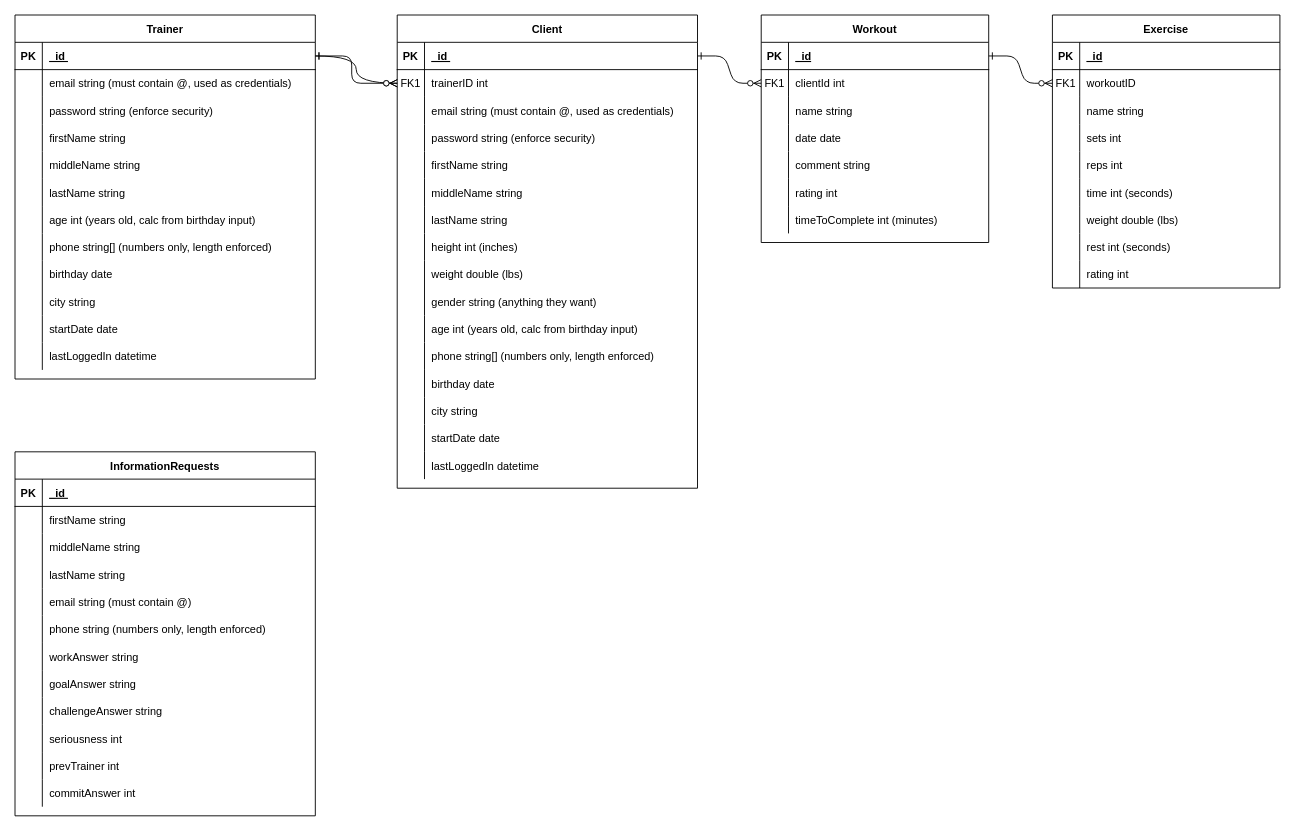
This is Diagrams/CG-ERD.drawio from glerichartwell/COP4331-Large-Project, a draw.io file, before an edit. Source tidied: cells renumbered, new cells numbered last; positions are measured from the earlier drawing's top-left corner, leaving out a move shared by most shapes. Both pictures are drawn from the tidied source at 91%, with x=0, y=0 at pixel (15, 15).
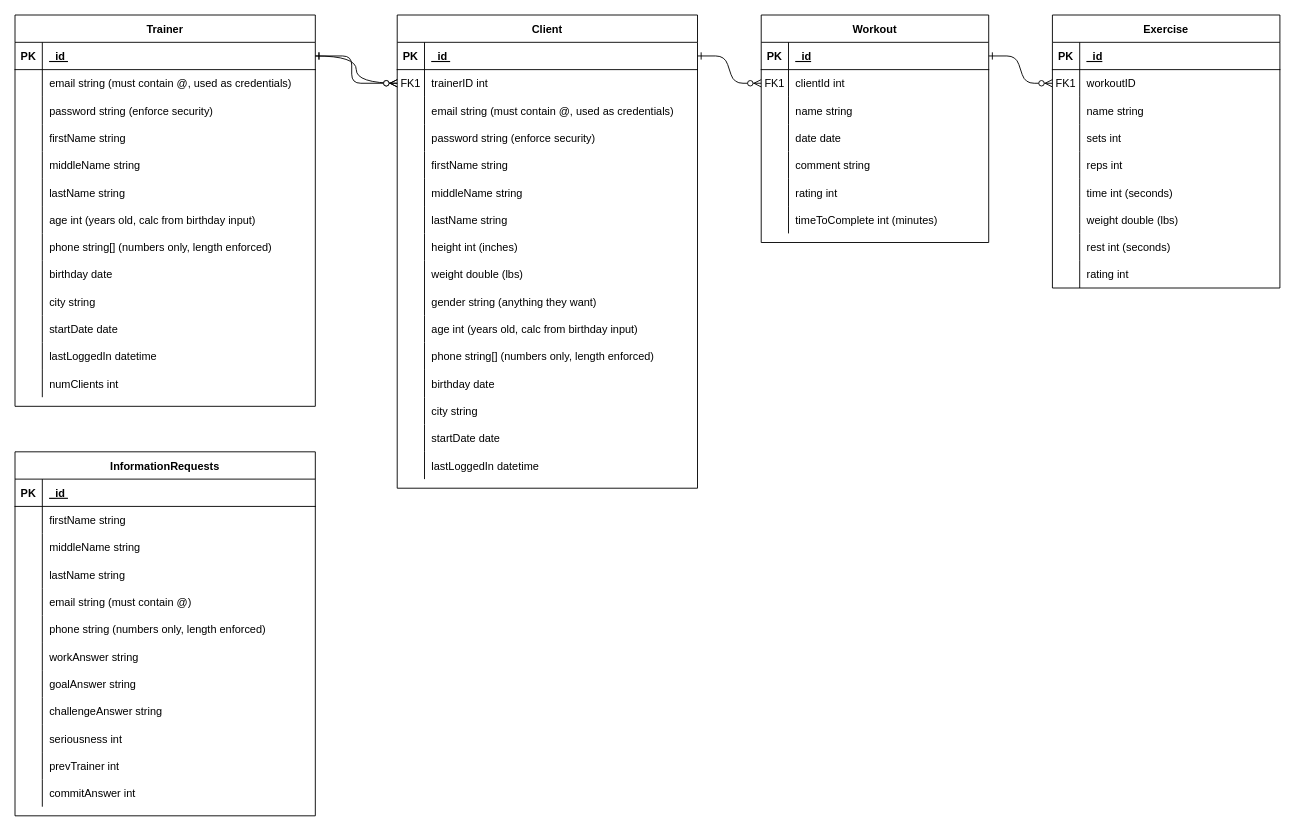
Above is the later version.

What changed in the source:
```diff
@@
     <mxCell id="103" value="Trainer" style="shape=table;startSize=30;childLayout=tableLayout;rowLines=0;fontStyle=1;align=center;" parent="1" vertex="1">
-      <mxGeometry width="330" height="400" as="geometry" />
+      <mxGeometry width="330" height="430" as="geometry" />
     </mxCell>
@@
+    <mxCell id="179" style="shape=partialRectangle;fillColor=none;top=0;left=0;right=0;bottom=0;" parent="103" vertex="1">
+      <mxGeometry y="390" width="330" height="30" as="geometry" />
+    </mxCell>
+    <mxCell id="180" style="shape=partialRectangle;overflow=hidden;fillColor=none;top=0;left=0;bottom=0;right=0;" parent="179" vertex="1">
+      <mxGeometry width="30" height="30" as="geometry" />
+    </mxCell>
+    <mxCell id="181" value="numClients int" style="shape=partialRectangle;overflow=hidden;fillColor=none;top=0;left=0;bottom=0;right=0;align=left;spacingLeft=6;" parent="179" vertex="1">
+      <mxGeometry x="30" width="300" height="30" as="geometry" />
+    </mxCell>
```
